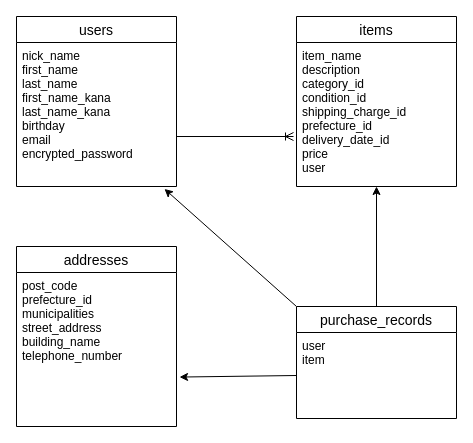
Before: DB.dio in Matsu1209/furima-39596, a draw.io diagram. Source tidied: cells renumbered, new cells numbered last; positions are measured from the earlier drawing's top-left corner, leaving out a move shared by most shapes. Both pictures are drawn from the tidied source at 100%, with x=0, y=0 at pixel (16, 16).
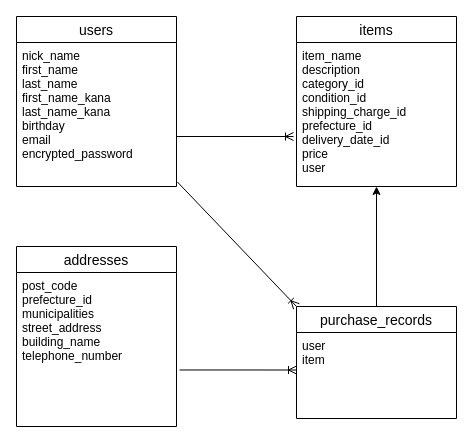
Above is the later version.

The edit, as a diff of the source:
```diff
@@
 <mxGraphModel>
   <root>
     <mxCell id="0" />
     <mxCell id="1" parent="0" />
     <mxCell id="2" value="users" style="swimlane;fontStyle=0;horizontal=1;startSize=26;align=center;fontSize=14;" parent="1" vertex="1">
       <mxGeometry width="160" height="170" as="geometry" />
     </mxCell>
     <mxCell id="3" value="nick_name&#10;first_name&#10;last_name&#10;first_name_kana&#10;last_name_kana&#10;birthday&#10;email&#10;encrypted_password" style="text;strokeColor=none;fillColor=none;spacingLeft=4;spacingRight=4;overflow=hidden;points=[[0,0.5],[1,0.5]];portConstraint=eastwest;fontSize=12;" parent="2" vertex="1">
       <mxGeometry y="26" width="160" height="144" as="geometry" />
     </mxCell>
     <mxCell id="4" value="items" style="swimlane;fontStyle=0;horizontal=1;startSize=26;align=center;fontSize=14;" parent="1" vertex="1">
       <mxGeometry x="280" width="160" height="170" as="geometry" />
     </mxCell>
     <mxCell id="5" value="item_name&#10;description&#10;category_id&#10;condition_id&#10;shipping_charge_id&#10;prefecture_id&#10;delivery_date_id&#10;price&#10;user" style="text;strokeColor=none;fillColor=none;spacingLeft=4;spacingRight=4;overflow=hidden;points=[[0,0.5],[1,0.5]];portConstraint=eastwest;fontSize=12;" parent="4" vertex="1">
       <mxGeometry y="26" width="160" height="144" as="geometry" />
     </mxCell>
-    <mxCell id="6" style="html=1;entryX=1.019;entryY=0.679;entryDx=0;entryDy=0;entryPerimeter=0;endArrow=classic;endFill=1;exitX=0;exitY=0.5;exitDx=0;exitDy=0;" parent="1" edge="1" source="12" target="8">
+    <mxCell id="6" style="html=1;endArrow=ERoneToMany;endFill=0;exitX=1.019;exitY=0.633;exitDx=0;exitDy=0;exitPerimeter=0;entryX=0;entryY=0.436;entryDx=0;entryDy=0;entryPerimeter=0;" parent="1" edge="1" source="8" target="12">
       <mxGeometry relative="1" as="geometry" />
     </mxCell>
     <mxCell id="7" value="addresses" style="swimlane;fontStyle=0;horizontal=1;startSize=26;align=center;fontSize=14;" parent="1" vertex="1">
       <mxGeometry y="230" width="160" height="180" as="geometry" />
     </mxCell>
     <mxCell id="8" value="post_code&#10;prefecture_id&#10;municipalities&#10;street_address&#10;building_name&#10;telephone_number" style="text;strokeColor=none;fillColor=none;spacingLeft=4;spacingRight=4;overflow=hidden;points=[[0,0.5],[1,0.5]];portConstraint=eastwest;fontSize=12;" parent="7" vertex="1">
       <mxGeometry y="26" width="160" height="154" as="geometry" />
     </mxCell>
-    <mxCell id="9" style="edgeStyle=none;html=1;endArrow=classic;endFill=1;entryX=0.925;entryY=1.017;entryDx=0;entryDy=0;entryPerimeter=0;exitX=0;exitY=0;exitDx=0;exitDy=0;" parent="1" edge="1" source="11" target="3">
+    <mxCell id="9" style="edgeStyle=none;html=1;endArrow=ERoneToMany;endFill=0;exitX=1.006;exitY=0.969;exitDx=0;exitDy=0;exitPerimeter=0;entryX=0;entryY=0;entryDx=0;entryDy=0;" parent="1" edge="1" source="3" target="11">
       <mxGeometry relative="1" as="geometry" />
     </mxCell>
     <mxCell id="10" style="edgeStyle=none;html=1;endArrow=classic;endFill=1;" parent="1" edge="1" source="11" target="5">
       <mxGeometry relative="1" as="geometry" />
     </mxCell>
     <mxCell id="11" value="purchase_records" style="swimlane;fontStyle=0;horizontal=1;startSize=26;align=center;fontSize=14;" parent="1" vertex="1">
       <mxGeometry x="280" y="290" width="160" height="112" as="geometry" />
     </mxCell>
     <mxCell id="12" value="user&#10;item" style="text;strokeColor=none;fillColor=none;spacingLeft=4;spacingRight=4;overflow=hidden;points=[[0,0.5],[1,0.5]];portConstraint=eastwest;fontSize=12;" parent="11" vertex="1">
       <mxGeometry y="26" width="160" height="86" as="geometry" />
     </mxCell>
     <mxCell id="13" style="edgeStyle=none;html=1;endArrow=ERoneToMany;endFill=0;exitX=1;exitY=0.653;exitDx=0;exitDy=0;exitPerimeter=0;" parent="1" edge="1" source="3">
       <mxGeometry relative="1" as="geometry">
         <mxPoint x="277" y="120" as="targetPoint" />
       </mxGeometry>
     </mxCell>
   </root>
 </mxGraphModel>
```
